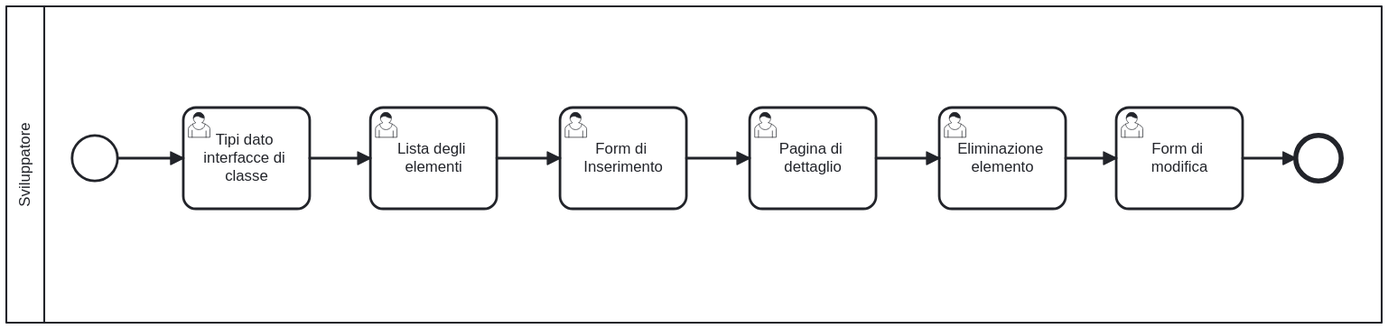
Earlier version of the BPMN export diagrammi/crud.svg (Piattaforme-Applicativi/soul-docs). Its source is kept beside it as diagrammi/crud.bpmn. Ids are renumbered. Source of this version:
```xml
<bpmn:definitions xmlns:xsi="http://www.w3.org/2001/XMLSchema-instance" xmlns:bpmn="http://www.omg.org/spec/BPMN/20100524/MODEL" xmlns:bpmndi="http://www.omg.org/spec/BPMN/20100524/DI" xmlns:dc="http://www.omg.org/spec/DD/20100524/DC" xmlns:di="http://www.omg.org/spec/DD/20100524/DI" id="Definitions_n1" targetNamespace="http://bpmn.io/schema/bpmn" exporter="bpmn-js (https://demo.bpmn.io)" exporterVersion="18.6.1">
  <bpmn:collaboration id="Collaboration_n2">
    <bpmn:participant id="Participant_n3" name="Sviluppatore" processRef="Process_n4" />
  </bpmn:collaboration>
  <bpmn:process id="Process_n4" isExecutable="false">
    <bpmn:endEvent id="Event_n5">
      <bpmn:incoming>Flow_n6</bpmn:incoming>
    </bpmn:endEvent>
    <bpmn:userTask id="Activity_n7" name="Lista degli elementi">
      <bpmn:incoming>Flow_n8</bpmn:incoming>
      <bpmn:outgoing>Flow_n9</bpmn:outgoing>
    </bpmn:userTask>
    <bpmn:userTask id="Activity_n10" name="Form di Inserimento">
      <bpmn:incoming>Flow_n9</bpmn:incoming>
      <bpmn:outgoing>Flow_n11</bpmn:outgoing>
    </bpmn:userTask>
    <bpmn:userTask id="Activity_n12" name="Pagina di dettaglio">
      <bpmn:incoming>Flow_n11</bpmn:incoming>
      <bpmn:outgoing>Flow_n13</bpmn:outgoing>
    </bpmn:userTask>
    <bpmn:userTask id="Activity_n14" name="Eliminazione elemento">
      <bpmn:incoming>Flow_n13</bpmn:incoming>
      <bpmn:outgoing>Flow_n15</bpmn:outgoing>
    </bpmn:userTask>
    <bpmn:userTask id="Activity_n16" name="Form di modifica">
      <bpmn:incoming>Flow_n15</bpmn:incoming>
      <bpmn:outgoing>Flow_n6</bpmn:outgoing>
    </bpmn:userTask>
    <bpmn:startEvent id="StartEvent_n17">
      <bpmn:outgoing>Flow_n18</bpmn:outgoing>
    </bpmn:startEvent>
    <bpmn:userTask id="Activity_n19" name="Tipi dato interfacce di classe">
      <bpmn:incoming>Flow_n18</bpmn:incoming>
      <bpmn:outgoing>Flow_n8</bpmn:outgoing>
    </bpmn:userTask>
    <bpmn:sequenceFlow id="Flow_n6" sourceRef="Activity_n16" targetRef="Event_n5" />
    <bpmn:sequenceFlow id="Flow_n8" sourceRef="Activity_n19" targetRef="Activity_n7" />
    <bpmn:sequenceFlow id="Flow_n9" sourceRef="Activity_n7" targetRef="Activity_n10" />
    <bpmn:sequenceFlow id="Flow_n11" sourceRef="Activity_n10" targetRef="Activity_n12" />
    <bpmn:sequenceFlow id="Flow_n13" sourceRef="Activity_n12" targetRef="Activity_n14" />
    <bpmn:sequenceFlow id="Flow_n15" sourceRef="Activity_n14" targetRef="Activity_n16" />
    <bpmn:sequenceFlow id="Flow_n18" sourceRef="StartEvent_n17" targetRef="Activity_n19" />
  </bpmn:process>
  <bpmndi:BPMNDiagram id="BPMNDiagram_1">
    <bpmndi:BPMNPlane id="BPMNPlane_1" bpmnElement="Collaboration_n2">
      <bpmndi:BPMNShape id="Participant_n3_di" bpmnElement="Participant_n3" isHorizontal="true">
        <dc:Bounds x="160" y="80" width="1088" height="250" />
        <bpmndi:BPMNLabel />
      </bpmndi:BPMNShape>
      <bpmndi:BPMNShape id="Event_n5_di" bpmnElement="Event_n5">
        <dc:Bounds x="1180" y="182" width="36" height="36" />
      </bpmndi:BPMNShape>
      <bpmndi:BPMNShape id="Activity_18ppjn1_di" bpmnElement="Activity_n7">
        <dc:Bounds x="448" y="160" width="100" height="80" />
      </bpmndi:BPMNShape>
      <bpmndi:BPMNShape id="Activity_1a4oohf_di" bpmnElement="Activity_n10">
        <dc:Bounds x="598" y="160" width="100" height="80" />
      </bpmndi:BPMNShape>
      <bpmndi:BPMNShape id="Activity_1m7owiu_di" bpmnElement="Activity_n12">
        <dc:Bounds x="748" y="160" width="100" height="80" />
      </bpmndi:BPMNShape>
      <bpmndi:BPMNShape id="Activity_0zbaaj8_di" bpmnElement="Activity_n14">
        <dc:Bounds x="898" y="160" width="100" height="80" />
      </bpmndi:BPMNShape>
      <bpmndi:BPMNShape id="Activity_0uh64o1_di" bpmnElement="Activity_n16">
        <dc:Bounds x="1038" y="160" width="100" height="80" />
      </bpmndi:BPMNShape>
      <bpmndi:BPMNShape id="_BPMNShape_StartEvent_2" bpmnElement="StartEvent_n17">
        <dc:Bounds x="212" y="182" width="36" height="36" />
      </bpmndi:BPMNShape>
      <bpmndi:BPMNShape id="Activity_1dwhchh_di" bpmnElement="Activity_n19">
        <dc:Bounds x="300" y="160" width="100" height="80" />
        <bpmndi:BPMNLabel />
      </bpmndi:BPMNShape>
      <bpmndi:BPMNEdge id="Flow_n6_di" bpmnElement="Flow_n6">
        <di:waypoint x="1138" y="200" />
        <di:waypoint x="1180" y="200" />
      </bpmndi:BPMNEdge>
      <bpmndi:BPMNEdge id="Flow_n9_di" bpmnElement="Flow_n9">
        <di:waypoint x="548" y="200" />
        <di:waypoint x="598" y="200" />
      </bpmndi:BPMNEdge>
      <bpmndi:BPMNEdge id="Flow_n11_di" bpmnElement="Flow_n11">
        <di:waypoint x="698" y="200" />
        <di:waypoint x="748" y="200" />
      </bpmndi:BPMNEdge>
      <bpmndi:BPMNEdge id="Flow_n13_di" bpmnElement="Flow_n13">
        <di:waypoint x="848" y="200" />
        <di:waypoint x="898" y="200" />
      </bpmndi:BPMNEdge>
      <bpmndi:BPMNEdge id="Flow_n15_di" bpmnElement="Flow_n15">
        <di:waypoint x="998" y="200" />
        <di:waypoint x="1038" y="200" />
      </bpmndi:BPMNEdge>
      <bpmndi:BPMNEdge id="Flow_n18_di" bpmnElement="Flow_n18">
        <di:waypoint x="248" y="200" />
        <di:waypoint x="300" y="200" />
      </bpmndi:BPMNEdge>
      <bpmndi:BPMNEdge id="Flow_n8_di" bpmnElement="Flow_n8">
        <di:waypoint x="400" y="200" />
        <di:waypoint x="448" y="200" />
      </bpmndi:BPMNEdge>
    </bpmndi:BPMNPlane>
  </bpmndi:BPMNDiagram>
</bpmn:definitions>
```
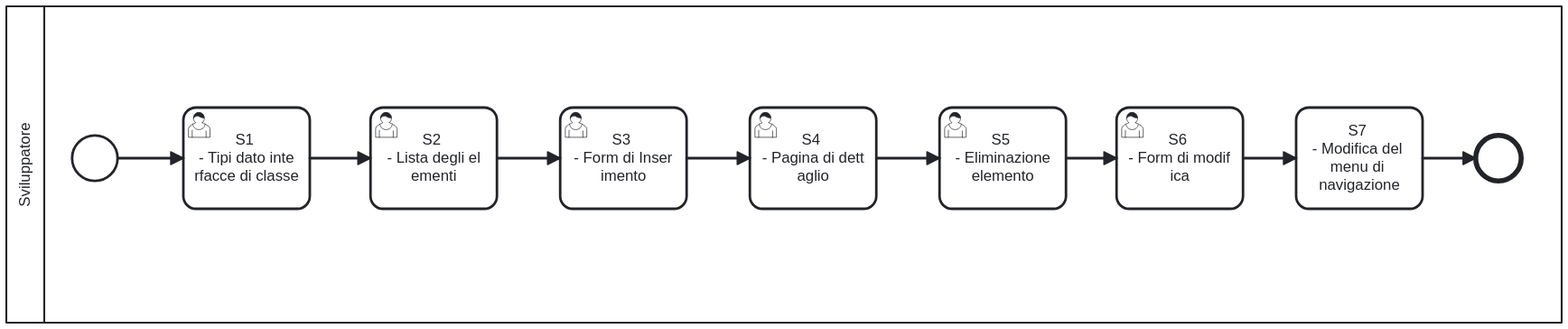
After the change.

Commit message:
FIX: Aggiunta menu + compiti sviluppatore

Diff of the diagram source:
```diff
@@ -3,67 +3,74 @@
     <bpmn:participant id="Participant_n3" name="Sviluppatore" processRef="Process_n4" />
   </bpmn:collaboration>
   <bpmn:process id="Process_n4" isExecutable="false">
-    <bpmn:endEvent id="Event_n5">
-      <bpmn:incoming>Flow_n6</bpmn:incoming>
-    </bpmn:endEvent>
-    <bpmn:userTask id="Activity_n7" name="Lista degli elementi">
+    <bpmn:userTask id="Activity_n7" name="S2 - Lista degli elementi">
       <bpmn:incoming>Flow_n8</bpmn:incoming>
       <bpmn:outgoing>Flow_n9</bpmn:outgoing>
     </bpmn:userTask>
-    <bpmn:userTask id="Activity_n10" name="Form di Inserimento">
+    <bpmn:userTask id="Activity_n10" name="S3 - Form di Inserimento">
       <bpmn:incoming>Flow_n9</bpmn:incoming>
       <bpmn:outgoing>Flow_n11</bpmn:outgoing>
     </bpmn:userTask>
-    <bpmn:userTask id="Activity_n12" name="Pagina di dettaglio">
+    <bpmn:userTask id="Activity_n12" name="S4 - Pagina di dettaglio">
       <bpmn:incoming>Flow_n11</bpmn:incoming>
       <bpmn:outgoing>Flow_n13</bpmn:outgoing>
     </bpmn:userTask>
-    <bpmn:userTask id="Activity_n14" name="Eliminazione elemento">
+    <bpmn:userTask id="Activity_n14" name="S5 - Eliminazione elemento">
       <bpmn:incoming>Flow_n13</bpmn:incoming>
       <bpmn:outgoing>Flow_n15</bpmn:outgoing>
     </bpmn:userTask>
-    <bpmn:userTask id="Activity_n16" name="Form di modifica">
+    <bpmn:userTask id="Activity_n16" name="S6 - Form di modifica">
       <bpmn:incoming>Flow_n15</bpmn:incoming>
-      <bpmn:outgoing>Flow_n6</bpmn:outgoing>
+      <bpmn:outgoing>Flow_n20</bpmn:outgoing>
     </bpmn:userTask>
     <bpmn:startEvent id="StartEvent_n17">
       <bpmn:outgoing>Flow_n18</bpmn:outgoing>
     </bpmn:startEvent>
-    <bpmn:userTask id="Activity_n19" name="Tipi dato interfacce di classe">
+    <bpmn:userTask id="Activity_n19" name="S1 - Tipi dato interfacce di classe">
       <bpmn:incoming>Flow_n18</bpmn:incoming>
       <bpmn:outgoing>Flow_n8</bpmn:outgoing>
     </bpmn:userTask>
-    <bpmn:sequenceFlow id="Flow_n6" sourceRef="Activity_n16" targetRef="Event_n5" />
     <bpmn:sequenceFlow id="Flow_n8" sourceRef="Activity_n19" targetRef="Activity_n7" />
     <bpmn:sequenceFlow id="Flow_n9" sourceRef="Activity_n7" targetRef="Activity_n10" />
     <bpmn:sequenceFlow id="Flow_n11" sourceRef="Activity_n10" targetRef="Activity_n12" />
     <bpmn:sequenceFlow id="Flow_n13" sourceRef="Activity_n12" targetRef="Activity_n14" />
     <bpmn:sequenceFlow id="Flow_n15" sourceRef="Activity_n14" targetRef="Activity_n16" />
     <bpmn:sequenceFlow id="Flow_n18" sourceRef="StartEvent_n17" targetRef="Activity_n19" />
+    <bpmn:task id="Activity_n21" name="S7 - Modifica del menu di navigazione">
+      <bpmn:incoming>Flow_n20</bpmn:incoming>
+      <bpmn:outgoing>Flow_n22</bpmn:outgoing>
+    </bpmn:task>
+    <bpmn:sequenceFlow id="Flow_n20" sourceRef="Activity_n16" targetRef="Activity_n21" />
+    <bpmn:endEvent id="Event_n23">
+      <bpmn:incoming>Flow_n22</bpmn:incoming>
+    </bpmn:endEvent>
+    <bpmn:sequenceFlow id="Flow_n22" sourceRef="Activity_n21" targetRef="Event_n23" />
   </bpmn:process>
   <bpmndi:BPMNDiagram id="BPMNDiagram_1">
     <bpmndi:BPMNPlane id="BPMNPlane_1" bpmnElement="Collaboration_n2">
       <bpmndi:BPMNShape id="Participant_n3_di" bpmnElement="Participant_n3" isHorizontal="true">
-        <dc:Bounds x="160" y="80" width="1088" height="250" />
+        <dc:Bounds x="160" y="80" width="1230" height="250" />
         <bpmndi:BPMNLabel />
-      </bpmndi:BPMNShape>
-      <bpmndi:BPMNShape id="Event_n5_di" bpmnElement="Event_n5">
-        <dc:Bounds x="1180" y="182" width="36" height="36" />
       </bpmndi:BPMNShape>
       <bpmndi:BPMNShape id="Activity_18ppjn1_di" bpmnElement="Activity_n7">
         <dc:Bounds x="448" y="160" width="100" height="80" />
+        <bpmndi:BPMNLabel />
       </bpmndi:BPMNShape>
       <bpmndi:BPMNShape id="Activity_1a4oohf_di" bpmnElement="Activity_n10">
         <dc:Bounds x="598" y="160" width="100" height="80" />
+        <bpmndi:BPMNLabel />
       </bpmndi:BPMNShape>
       <bpmndi:BPMNShape id="Activity_1m7owiu_di" bpmnElement="Activity_n12">
         <dc:Bounds x="748" y="160" width="100" height="80" />
+        <bpmndi:BPMNLabel />
       </bpmndi:BPMNShape>
       <bpmndi:BPMNShape id="Activity_0zbaaj8_di" bpmnElement="Activity_n14">
         <dc:Bounds x="898" y="160" width="100" height="80" />
+        <bpmndi:BPMNLabel />
       </bpmndi:BPMNShape>
       <bpmndi:BPMNShape id="Activity_0uh64o1_di" bpmnElement="Activity_n16">
         <dc:Bounds x="1038" y="160" width="100" height="80" />
+        <bpmndi:BPMNLabel />
       </bpmndi:BPMNShape>
       <bpmndi:BPMNShape id="_BPMNShape_StartEvent_2" bpmnElement="StartEvent_n17">
         <dc:Bounds x="212" y="182" width="36" height="36" />
@@ -72,9 +79,16 @@
         <dc:Bounds x="300" y="160" width="100" height="80" />
         <bpmndi:BPMNLabel />
       </bpmndi:BPMNShape>
-      <bpmndi:BPMNEdge id="Flow_n6_di" bpmnElement="Flow_n6">
-        <di:waypoint x="1138" y="200" />
-        <di:waypoint x="1180" y="200" />
+      <bpmndi:BPMNShape id="Activity_n21_di" bpmnElement="Activity_n21">
+        <dc:Bounds x="1180" y="160" width="100" height="80" />
+        <bpmndi:BPMNLabel />
+      </bpmndi:BPMNShape>
+      <bpmndi:BPMNShape id="Event_n23_di" bpmnElement="Event_n23">
+        <dc:Bounds x="1322" y="182" width="36" height="36" />
+      </bpmndi:BPMNShape>
+      <bpmndi:BPMNEdge id="Flow_n8_di" bpmnElement="Flow_n8">
+        <di:waypoint x="400" y="200" />
+        <di:waypoint x="448" y="200" />
       </bpmndi:BPMNEdge>
       <bpmndi:BPMNEdge id="Flow_n9_di" bpmnElement="Flow_n9">
         <di:waypoint x="548" y="200" />
@@ -96,9 +110,13 @@
         <di:waypoint x="248" y="200" />
         <di:waypoint x="300" y="200" />
       </bpmndi:BPMNEdge>
-      <bpmndi:BPMNEdge id="Flow_n8_di" bpmnElement="Flow_n8">
-        <di:waypoint x="400" y="200" />
-        <di:waypoint x="448" y="200" />
+      <bpmndi:BPMNEdge id="Flow_n20_di" bpmnElement="Flow_n20">
+        <di:waypoint x="1138" y="200" />
+        <di:waypoint x="1180" y="200" />
+      </bpmndi:BPMNEdge>
+      <bpmndi:BPMNEdge id="Flow_n22_di" bpmnElement="Flow_n22">
+        <di:waypoint x="1280" y="200" />
+        <di:waypoint x="1322" y="200" />
       </bpmndi:BPMNEdge>
     </bpmndi:BPMNPlane>
   </bpmndi:BPMNDiagram>
```
